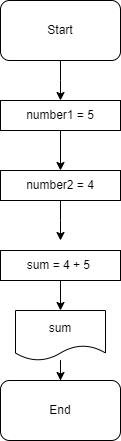
Above: prog3.png in fullstack290623/20.07.2023 (draw.io), before the change. Source tidied: cells renumbered, new cells last; positions are measured from the earlier drawing's top-left corner, leaving out a move shared by most shapes. The source it was exported from:
```xml
<mxGraphModel>
  <root>
    <mxCell id="0" />
    <mxCell id="1" parent="0" />
    <mxCell id="2" style="edgeStyle=orthogonalEdgeStyle;rounded=0;jettySize=auto;html=1;entryX=0.5;entryY=0;entryDx=0;entryDy=0;" parent="1" edge="1" source="3">
      <mxGeometry relative="1" as="geometry">
        <mxPoint x="60" y="100" as="targetPoint" />
      </mxGeometry>
    </mxCell>
    <mxCell id="3" value="Start" style="rounded=1;whiteSpace=wrap;html=1;" parent="1" vertex="1">
      <mxGeometry width="120" height="60" as="geometry" />
    </mxCell>
    <mxCell id="4" value="End" style="rounded=1;whiteSpace=wrap;html=1;" parent="1" vertex="1">
      <mxGeometry y="380" width="120" height="60" as="geometry" />
    </mxCell>
    <mxCell id="5" style="edgeStyle=orthogonalEdgeStyle;rounded=0;jettySize=auto;html=1;entryX=0.5;entryY=0;entryDx=0;entryDy=0;" parent="1" edge="1" source="6" target="8">
      <mxGeometry relative="1" as="geometry" />
    </mxCell>
    <mxCell id="6" value="number1 = 5" style="rounded=0;whiteSpace=wrap;html=1;" parent="1" vertex="1">
      <mxGeometry y="100" width="120" height="30" as="geometry" />
    </mxCell>
    <mxCell id="7" style="edgeStyle=orthogonalEdgeStyle;rounded=0;jettySize=auto;html=1;" parent="1" edge="1" source="8">
      <mxGeometry relative="1" as="geometry">
        <mxPoint x="60" y="240" as="targetPoint" />
      </mxGeometry>
    </mxCell>
    <mxCell id="8" value="number2 = 4" style="rounded=0;whiteSpace=wrap;html=1;" parent="1" vertex="1">
      <mxGeometry y="170" width="120" height="30" as="geometry" />
    </mxCell>
    <mxCell id="9" style="edgeStyle=orthogonalEdgeStyle;rounded=0;jettySize=auto;html=1;" parent="1" edge="1" source="10" target="12">
      <mxGeometry relative="1" as="geometry" />
    </mxCell>
    <mxCell id="10" value="sum = 4 + 5&amp;nbsp;" style="rounded=0;whiteSpace=wrap;html=1;" parent="1" vertex="1">
      <mxGeometry y="250" width="120" height="30" as="geometry" />
    </mxCell>
    <mxCell id="11" style="edgeStyle=orthogonalEdgeStyle;rounded=0;jettySize=auto;html=1;" parent="1" edge="1" source="12" target="4">
      <mxGeometry relative="1" as="geometry" />
    </mxCell>
    <mxCell id="12" value="sum" style="shape=document;whiteSpace=wrap;html=1;boundedLbl=1;" parent="1" vertex="1">
      <mxGeometry x="15" y="310" width="90" height="50" as="geometry" />
    </mxCell>
  </root>
</mxGraphModel>
```
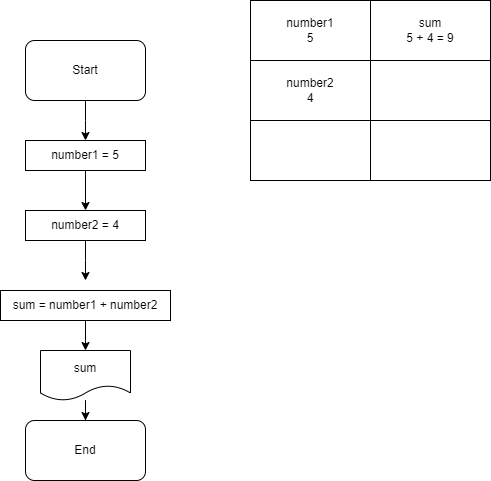
Later version of the same file.

Change to the diagram source:
```diff
@@ -30,8 +30,8 @@
     <mxCell id="9" style="edgeStyle=orthogonalEdgeStyle;rounded=0;jettySize=auto;html=1;" parent="1" edge="1" source="10" target="12">
       <mxGeometry relative="1" as="geometry" />
     </mxCell>
-    <mxCell id="10" value="sum = 4 + 5&amp;nbsp;" style="rounded=0;whiteSpace=wrap;html=1;" parent="1" vertex="1">
-      <mxGeometry y="250" width="120" height="30" as="geometry" />
+    <mxCell id="10" value="sum = number1 + number2" style="rounded=0;whiteSpace=wrap;html=1;" parent="1" vertex="1">
+      <mxGeometry x="-25" y="250" width="170" height="30" as="geometry" />
     </mxCell>
     <mxCell id="11" style="edgeStyle=orthogonalEdgeStyle;rounded=0;jettySize=auto;html=1;" parent="1" edge="1" source="12" target="4">
       <mxGeometry relative="1" as="geometry" />
@@ -39,5 +39,23 @@
     <mxCell id="12" value="sum" style="shape=document;whiteSpace=wrap;html=1;boundedLbl=1;" parent="1" vertex="1">
       <mxGeometry x="15" y="310" width="90" height="50" as="geometry" />
     </mxCell>
+    <mxCell id="13" value="number1&lt;br&gt;5" style="rounded=0;whiteSpace=wrap;html=1;" parent="1" vertex="1">
+      <mxGeometry x="225" y="-40" width="120" height="60" as="geometry" />
+    </mxCell>
+    <mxCell id="14" value="number2&lt;br&gt;4" style="rounded=0;whiteSpace=wrap;html=1;" parent="1" vertex="1">
+      <mxGeometry x="225" y="20" width="120" height="60" as="geometry" />
+    </mxCell>
+    <mxCell id="15" value="sum&lt;br&gt;5 + 4 = 9" style="rounded=0;whiteSpace=wrap;html=1;" parent="1" vertex="1">
+      <mxGeometry x="345" y="-40" width="120" height="60" as="geometry" />
+    </mxCell>
+    <mxCell id="16" style="rounded=0;whiteSpace=wrap;html=1;" parent="1" vertex="1">
+      <mxGeometry x="345" y="20" width="120" height="60" as="geometry" />
+    </mxCell>
+    <mxCell id="17" style="rounded=0;whiteSpace=wrap;html=1;" parent="1" vertex="1">
+      <mxGeometry x="225" y="80" width="120" height="60" as="geometry" />
+    </mxCell>
+    <mxCell id="18" style="rounded=0;whiteSpace=wrap;html=1;" parent="1" vertex="1">
+      <mxGeometry x="345" y="80" width="120" height="60" as="geometry" />
+    </mxCell>
   </root>
 </mxGraphModel>
```
